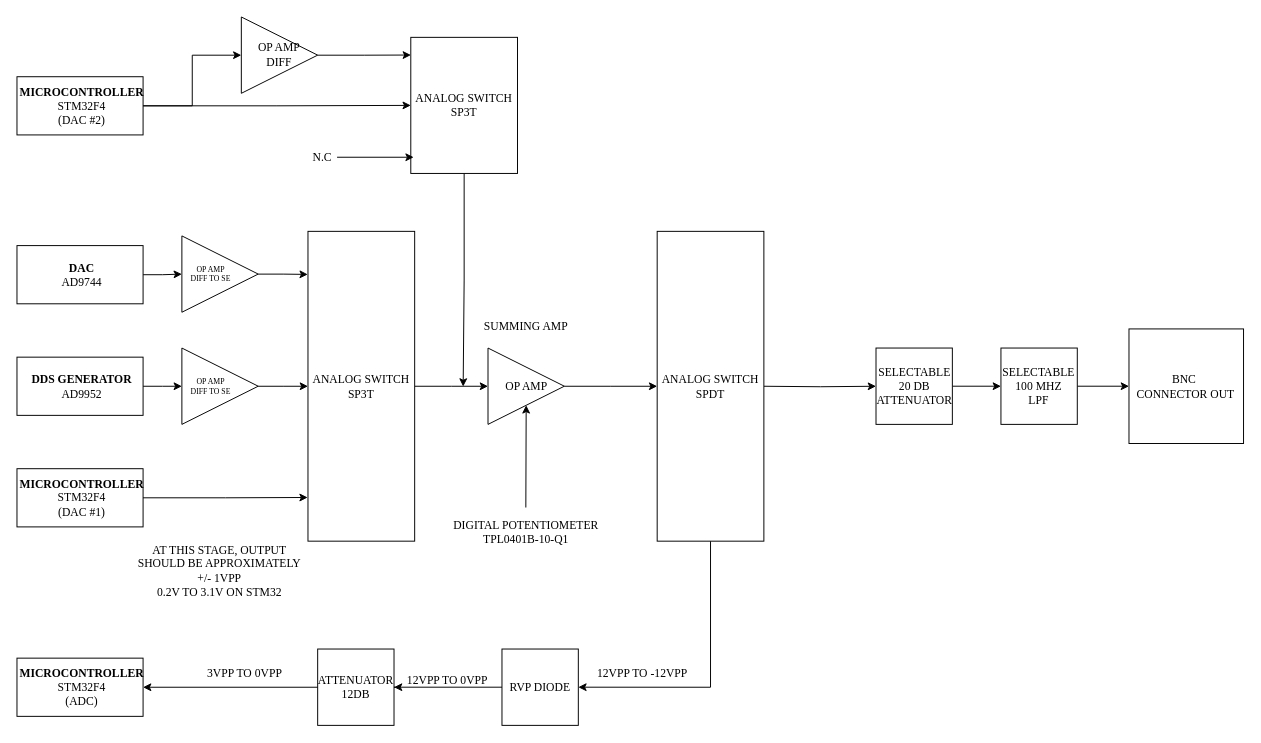
brzyzek/arb keeps this draw.io diagram as page "Signal Conditioning" (4 of 4) of 1_hw/01_block_diagram/arb.drawio. Above is the earlier version. Source tidied: cells renumbered, new cells numbered last; positions are measured from the earlier drawing's top-left corner, leaving out a move shared by most shapes. Both pictures are drawn from the tidied source at 97%, with x=0, y=0 at pixel (16, 16).
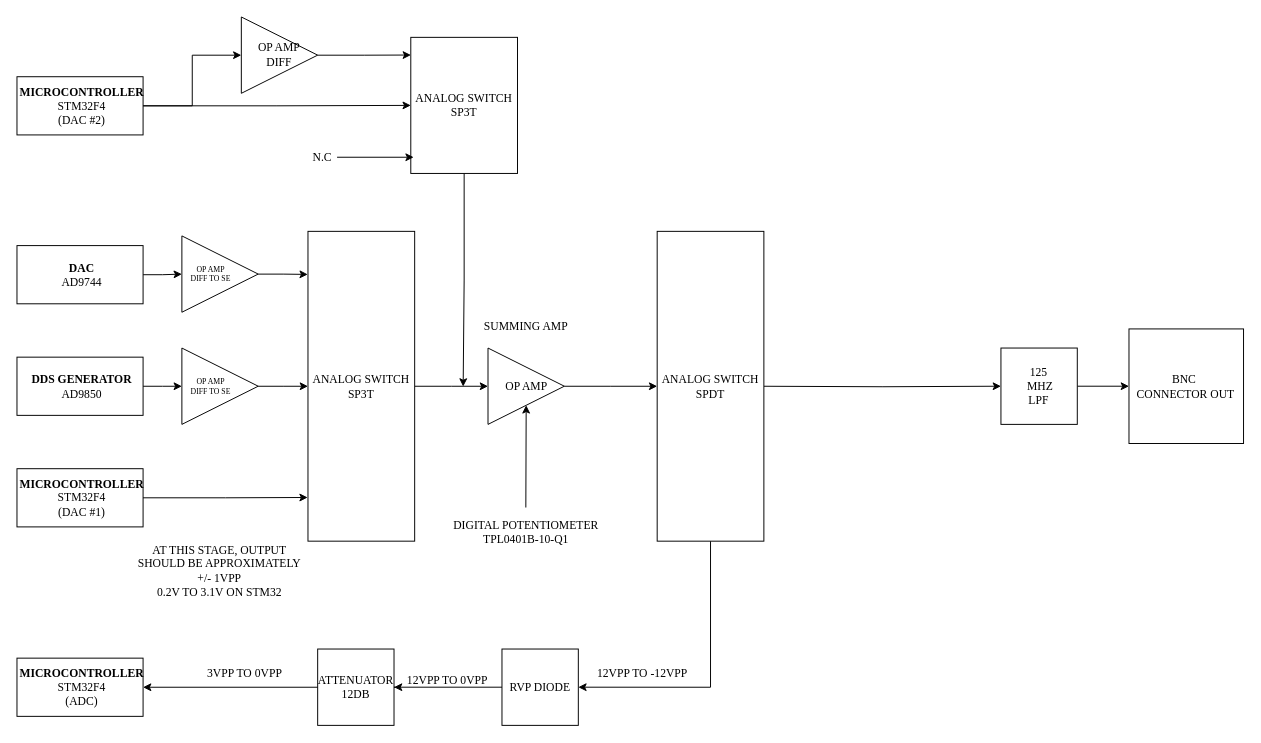
The same page after the edit.

Diff of the diagram source:
```diff
@@
-    <mxCell id="7" value="&lt;div&gt;SELECTABLE&lt;/div&gt;100 MHZ&lt;div&gt;LPF&lt;/div&gt;" style="rounded=0;whiteSpace=wrap;html=1;fontFamily=Times New Roman;glass=0;shadow=0;" parent="1" vertex="1">
+    <mxCell id="7" value="&lt;div&gt;&lt;span style=&quot;background-color: initial;&quot;&gt;125&lt;/span&gt;&lt;/div&gt;&lt;div&gt;&lt;span style=&quot;background-color: initial;&quot;&gt;&amp;nbsp;MHZ&lt;/span&gt;&lt;br&gt;&lt;/div&gt;&lt;div&gt;LPF&lt;/div&gt;" style="rounded=0;whiteSpace=wrap;html=1;fontFamily=Times New Roman;glass=0;shadow=0;" parent="1" vertex="1">
       <mxGeometry x="1014.4" y="341.3" width="78.7" height="78.7" as="geometry" />
     </mxCell>
@@
-    <mxCell id="11" value="&lt;b&gt;DDS GENERATOR&lt;/b&gt;&lt;div&gt;AD9952&lt;/div&gt;" style="rounded=0;whiteSpace=wrap;html=1;align=center;verticalAlign=middle;labelPosition=center;verticalLabelPosition=middle;spacing=2;spacingLeft=4;fontFamily=Times New Roman;" parent="1" vertex="1">
+    <mxCell id="11" value="&lt;b&gt;DDS GENERATOR&lt;/b&gt;&lt;div&gt;AD9850&lt;/div&gt;" style="rounded=0;whiteSpace=wrap;html=1;align=center;verticalAlign=middle;labelPosition=center;verticalLabelPosition=middle;spacing=2;spacingLeft=4;fontFamily=Times New Roman;" parent="1" vertex="1">
       <mxGeometry y="350.7" width="130" height="60" as="geometry" />
     </mxCell>
@@
-    <mxCell id="22" style="edgeStyle=orthogonalEdgeStyle;rounded=0;jettySize=auto;html=1;" parent="1" edge="1" source="23" target="7">
-      <mxGeometry relative="1" as="geometry" />
-    </mxCell>
-    <mxCell id="23" value="&lt;div&gt;SELECTABLE&lt;/div&gt;20 DB ATTENUATOR" style="rounded=0;whiteSpace=wrap;html=1;fontFamily=Times New Roman;glass=0;shadow=0;" parent="1" vertex="1">
-      <mxGeometry x="885.6" y="341.3" width="78.7" height="78.7" as="geometry" />
-    </mxCell>
-    <mxCell id="24" style="edgeStyle=orthogonalEdgeStyle;rounded=0;jettySize=auto;html=1;" parent="1" edge="1" target="23">
+    <mxCell id="24" style="edgeStyle=orthogonalEdgeStyle;rounded=0;jettySize=auto;html=1;entryX=0;entryY=0.5;entryDx=0;entryDy=0;" parent="1" edge="1" target="7">
       <mxGeometry relative="1" as="geometry">
         <mxPoint x="770" y="380.7" as="sourcePoint" />
       </mxGeometry>
     </mxCell>
```
